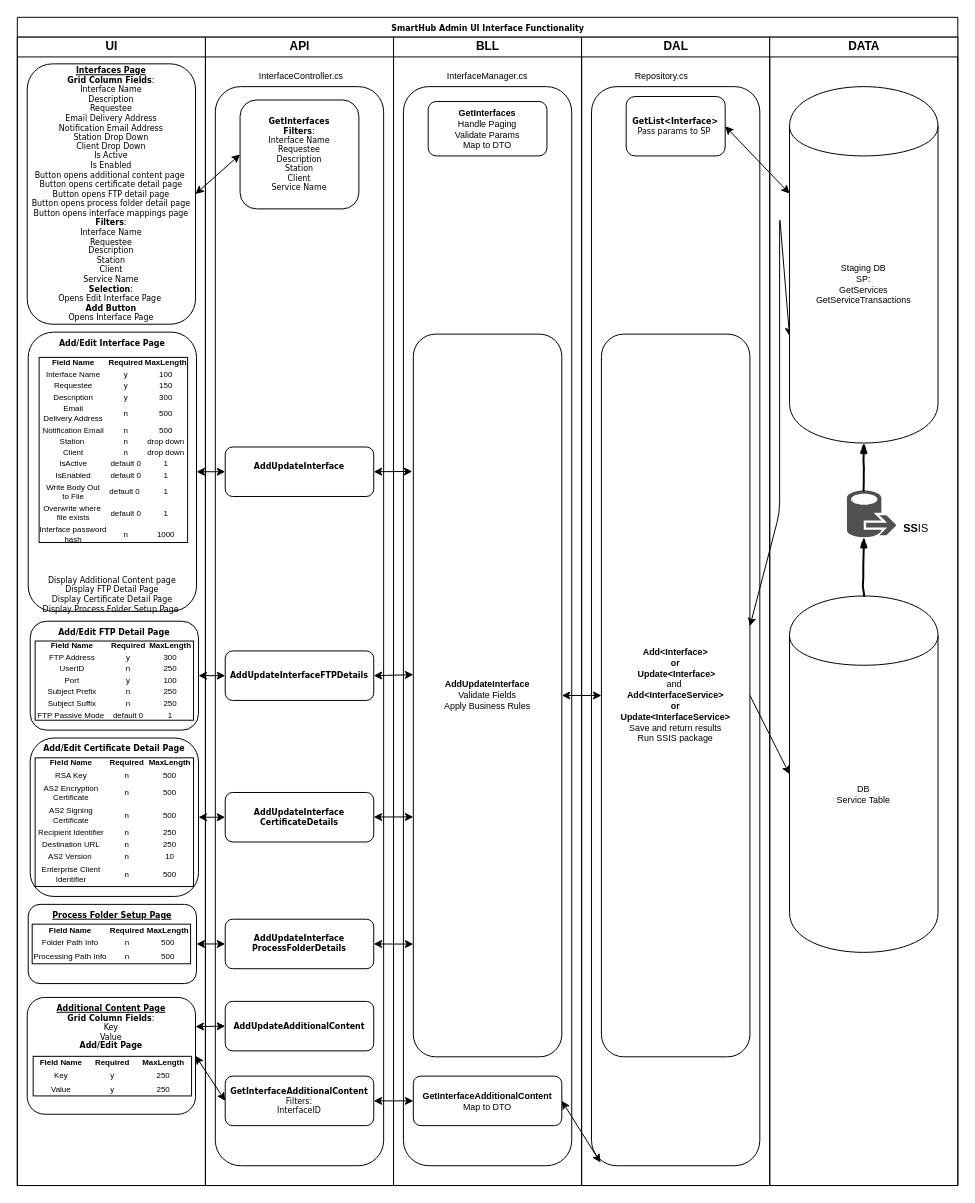
The draw.io diagram SHAdminUI-Interface-Functionality.drawio in Cyrolies/TigersFreightDocs, before the edit. Source tidied: cells renumbered, new cells numbered last; positions are measured from the earlier drawing's top-left corner, leaving out a move shared by most shapes. Both pictures are drawn from the tidied source at 99%, with x=0, y=0 at pixel (17, 17).
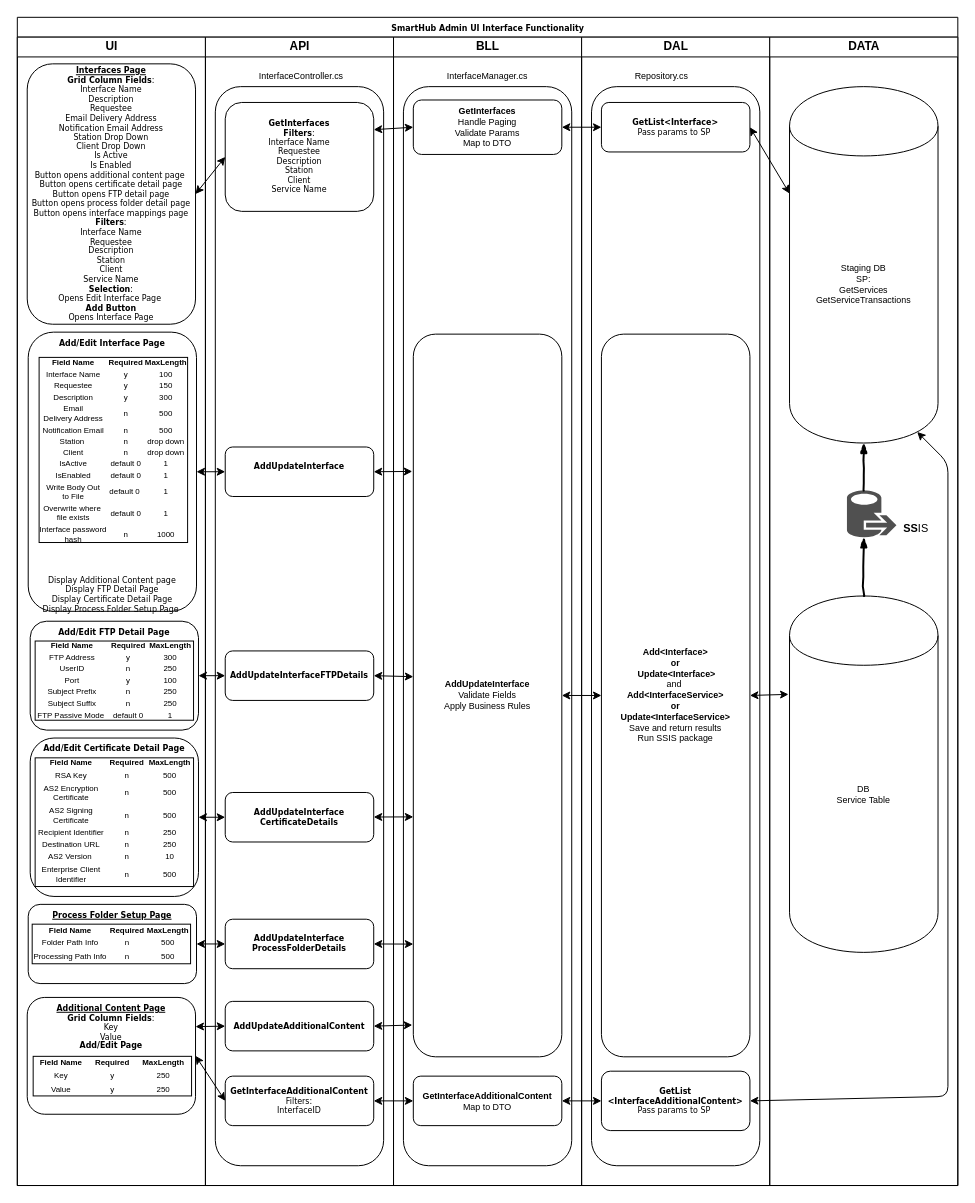
The same page after the edit.

The change refers to these unchanged cells:
```xml
<mxCell id="2" value="SmartHub Admin UI Interface Functionality" style="swimlane;html=1;startSize=20;rounded=0;shadow=0;labelBackgroundColor=none;strokeColor=#000000;strokeWidth=1;fillColor=#ffffff;fontFamily=Verdana;fontSize=8;fontColor=#000000;align=center;verticalAlign=top;" parent="1" vertex="1">
  <mxGeometry width="950" height="1180" as="geometry" />
</mxCell>
<mxCell id="15" value="API" style="swimlane;html=1;startSize=20;" parent="2" vertex="1">
  <mxGeometry x="190" y="20" width="190" height="1160" as="geometry" />
</mxCell>
<mxCell id="21" value="&lt;b&gt;AddUpdateAdditionalContent&lt;/b&gt;&lt;br&gt;" style="rounded=1;whiteSpace=wrap;html=1;shadow=0;labelBackgroundColor=none;strokeColor=#000000;strokeWidth=1;fillColor=#ffffff;fontFamily=Verdana;fontSize=8;fontColor=#000000;align=center;verticalAlign=middle;" parent="15" vertex="1">
  <mxGeometry x="20" y="974" width="150" height="50" as="geometry" />
</mxCell>
<mxCell id="24" value="&lt;b&gt;AddUpdateInterfaceFTPDetails&lt;/b&gt;" style="rounded=1;whiteSpace=wrap;html=1;shadow=0;labelBackgroundColor=none;strokeColor=#000000;strokeWidth=1;fillColor=#ffffff;fontFamily=Verdana;fontSize=8;fontColor=#000000;align=center;verticalAlign=middle;" parent="15" vertex="1">
  <mxGeometry x="20" y="620" width="150" height="50" as="geometry" />
</mxCell>
<mxCell id="25" value="BLL" style="swimlane;html=1;startSize=20;" parent="2" vertex="1">
  <mxGeometry x="380" y="20" width="190" height="1160" as="geometry" />
</mxCell>
<mxCell id="29" value="&lt;b&gt;AddUpdateInterface&lt;/b&gt;&lt;br&gt;Validate Fields&lt;br&gt;Apply Business Rules" style="rounded=1;whiteSpace=wrap;html=1;fontSize=9;align=center;" parent="25" vertex="1">
  <mxGeometry x="20" y="300" width="150" height="730" as="geometry" />
</mxCell>
<mxCell id="30" value="&lt;b&gt;GetInterfaceAdditionalContent&lt;/b&gt;&lt;br&gt;Map to DTO" style="rounded=1;whiteSpace=wrap;html=1;fontSize=9;align=center;" parent="25" vertex="1">
  <mxGeometry x="20" y="1049.5" width="150" height="50" as="geometry" />
</mxCell>
<mxCell id="31" value="DAL" style="swimlane;html=1;startSize=20;" parent="2" vertex="1">
  <mxGeometry x="570" y="20" width="190" height="1160" as="geometry" />
</mxCell>
<mxCell id="32" style="rounded=1;whiteSpace=wrap;html=1;fontSize=9;align=center;" parent="31" vertex="1">
  <mxGeometry x="10" y="50" width="170" height="1090" as="geometry" />
</mxCell>
<mxCell id="34" value="&lt;b&gt;Add&amp;lt;Interface&amp;gt; &lt;br&gt;or&lt;br&gt;&amp;nbsp;Update&amp;lt;Interface&amp;gt;&lt;br&gt;&lt;/b&gt;and&amp;nbsp;&lt;br&gt;&lt;b&gt;Add&amp;lt;InterfaceService&amp;gt;&lt;/b&gt;&lt;br&gt;&lt;b&gt;or&lt;br&gt;Update&amp;lt;InterfaceService&amp;gt;&lt;/b&gt;&lt;br&gt;Save and return results&lt;br&gt;Run SSIS package" style="rounded=1;whiteSpace=wrap;html=1;fontSize=9;align=center;" parent="31" vertex="1">
  <mxGeometry x="20" y="300" width="150" height="730" as="geometry" />
</mxCell>
<mxCell id="47" value="Staging DB&lt;br&gt;SP:&lt;br&gt;GetServices&lt;br&gt;GetServiceTransactions" style="shape=cylinder;whiteSpace=wrap;html=1;boundedLbl=1;backgroundOutline=1;fontSize=9;align=center;" parent="46" vertex="1">
  <mxGeometry x="20" y="50" width="150" height="360" as="geometry" />
</mxCell>
<mxCell id="48" value="DB&lt;br&gt;Service Table" style="shape=cylinder;whiteSpace=wrap;html=1;boundedLbl=1;backgroundOutline=1;fontSize=9;align=center;" parent="46" vertex="1">
  <mxGeometry x="20" y="564.5" width="150" height="360" as="geometry" />
</mxCell>
```

Diff of the diagram source:
```diff
@@
     <mxCell id="17" value="&lt;b&gt;GetInterfaces&lt;br&gt;Filters&lt;/b&gt;:&lt;br&gt;Interface Name&lt;br&gt;Requestee&lt;br&gt;Description&lt;br&gt;Station&lt;br&gt;Client&lt;br&gt;Service Name" style="rounded=1;whiteSpace=wrap;html=1;shadow=0;labelBackgroundColor=none;strokeColor=#000000;strokeWidth=1;fillColor=#ffffff;fontFamily=Verdana;fontSize=8;fontColor=#000000;align=center;" parent="15" vertex="1">
-      <mxGeometry x="35" y="63.5" width="120" height="110" as="geometry" />
+      <mxGeometry x="20" y="66" width="150" height="110" as="geometry" />
     </mxCell>
@@
     <mxCell id="28" value="&lt;b&gt;GetInterfaces&lt;/b&gt;&lt;br&gt;Handle Paging&lt;br&gt;Validate Params&lt;br&gt;Map to DTO" style="rounded=1;whiteSpace=wrap;html=1;fontSize=9;align=center;" parent="25" vertex="1">
-      <mxGeometry x="35" y="65" width="120" height="55" as="geometry" />
+      <mxGeometry x="20" y="63.5" width="150" height="55" as="geometry" />
     </mxCell>
@@
     <mxCell id="33" value="&lt;b&gt;GetList&amp;lt;Interface&amp;gt;&lt;br&gt;&lt;/b&gt;Pass params to SP&amp;nbsp;" style="rounded=1;whiteSpace=wrap;html=1;shadow=0;labelBackgroundColor=none;strokeColor=#000000;strokeWidth=1;fillColor=#ffffff;fontFamily=Verdana;fontSize=8;fontColor=#000000;align=center;" parent="31" vertex="1">
-      <mxGeometry x="45" y="60" width="100" height="60" as="geometry" />
+      <mxGeometry x="20" y="66" width="150" height="50" as="geometry" />
     </mxCell>
@@
+    <mxCell id="60" value="&lt;b&gt;GetList&lt;br&gt;&amp;lt;InterfaceAdditionalContent&amp;gt;&lt;br&gt;&lt;/b&gt;Pass params to SP&amp;nbsp;" style="rounded=1;whiteSpace=wrap;html=1;shadow=0;labelBackgroundColor=none;strokeColor=#000000;strokeWidth=1;fillColor=#ffffff;fontFamily=Verdana;fontSize=8;fontColor=#000000;align=center;" parent="31" vertex="1">
+      <mxGeometry x="20" y="1044.5" width="150" height="60" as="geometry" />
+    </mxCell>
@@
-    <mxCell id="39" style="endArrow=classic;html=1;fontSize=9;entryX=0;entryY=0.5;entryDx=0;entryDy=0;exitX=1;exitY=0.5;exitDx=0;exitDy=0;" parent="2" edge="1" source="34" target="48">
-      <mxGeometry relative="1" as="geometry" />
-    </mxCell>
@@
-    <mxCell id="41" style="endArrow=classic;startArrow=classic;html=1;fontSize=9;entryX=0;entryY=0.7;entryDx=0;entryDy=0;exitX=1;exitY=0.5;exitDx=0;exitDy=0;" parent="2" edge="1" target="47">
+    <mxCell id="41" style="endArrow=classic;startArrow=classic;html=1;fontSize=9;entryX=0.86;entryY=0.969;entryDx=0;entryDy=0;exitX=1;exitY=0.5;exitDx=0;exitDy=0;entryPerimeter=0;" parent="2" edge="1" source="60" target="47">
       <mxGeometry relative="1" as="geometry">
-        <mxPoint x="740" y="615" as="sourcePoint" />
         <Array as="points">
-          <mxPoint x="770" y="500" />
-          <mxPoint x="770" y="200" />
+          <mxPoint x="940" y="1090" />
+          <mxPoint x="940" y="450" />
         </Array>
       </mxGeometry>
     </mxCell>
@@
-    <mxCell id="45" style="endArrow=classic;startArrow=classic;html=1;fontSize=8;entryX=0.053;entryY=0.997;entryDx=0;entryDy=0;exitX=1;exitY=0.5;exitDx=0;exitDy=0;entryPerimeter=0;" parent="2" edge="1" source="30" target="32">
+    <mxCell id="45" style="endArrow=classic;startArrow=classic;html=1;fontSize=8;entryX=0;entryY=0.5;entryDx=0;entryDy=0;exitX=1;exitY=0.5;exitDx=0;exitDy=0;" parent="2" edge="1" source="30" target="60">
       <mxGeometry relative="1" as="geometry" />
     </mxCell>
@@
-    <mxCell id="57" style="endArrow=classic;startArrow=classic;html=1;exitX=1;exitY=0.5;exitDx=0;exitDy=0;" parent="2" edge="1" source="24">
-      <mxGeometry relative="1" as="geometry">
-        <mxPoint x="400" y="664" as="targetPoint" />
-      </mxGeometry>
+    <mxCell id="57" style="endArrow=classic;startArrow=classic;html=1;exitX=1;exitY=0.5;exitDx=0;exitDy=0;entryX=0;entryY=0.474;entryDx=0;entryDy=0;entryPerimeter=0;" parent="2" edge="1" source="24" target="29">
+      <mxGeometry relative="1" as="geometry" />
     </mxCell>
@@
+    <mxCell id="61" style="endArrow=classic;startArrow=classic;html=1;entryX=-0.007;entryY=0.956;entryDx=0;entryDy=0;entryPerimeter=0;exitX=1;exitY=0.5;exitDx=0;exitDy=0;" parent="2" edge="1" source="21" target="29">
+      <mxGeometry relative="1" as="geometry" />
+    </mxCell>
+    <mxCell id="39" style="endArrow=classic;startArrow=classic;html=1;entryX=-0.007;entryY=0.276;entryDx=0;entryDy=0;entryPerimeter=0;exitX=1;exitY=0.5;exitDx=0;exitDy=0;" parent="2" edge="1" source="34" target="48">
+      <mxGeometry relative="1" as="geometry" />
+    </mxCell>
+    <mxCell id="62" style="endArrow=classic;startArrow=classic;html=1;entryX=0;entryY=0.5;entryDx=0;entryDy=0;exitX=1;exitY=0.5;exitDx=0;exitDy=0;" parent="2" edge="1" source="28" target="33">
+      <mxGeometry relative="1" as="geometry" />
+    </mxCell>
+    <mxCell id="63" style="endArrow=classic;startArrow=classic;html=1;entryX=0;entryY=0.5;entryDx=0;entryDy=0;exitX=1;exitY=0.25;exitDx=0;exitDy=0;" parent="2" edge="1" source="17" target="28">
+      <mxGeometry relative="1" as="geometry" />
+    </mxCell>
```
